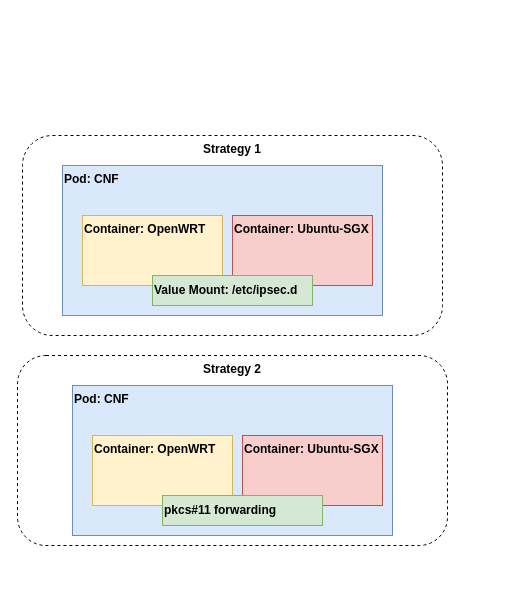
This is openwrt-sgx.drawio from Airren/ByteGopherComment, a draw.io file, before an edit. Source tidied: cells renumbered, new cells numbered last; positions are measured from the earlier drawing's top-left corner, leaving out a move shared by most shapes. Both pictures are drawn from the tidied source at 100%, with x=0, y=0 at pixel (17, 135).
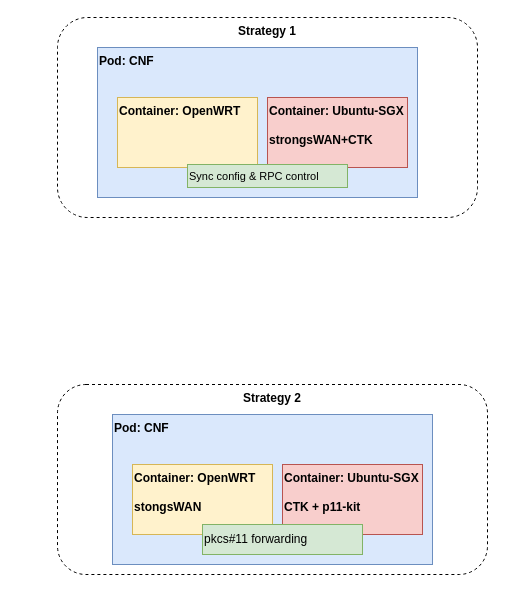
The same diagram, later.

Diff of the diagram source:
```diff
@@
 <mxGraphModel>
   <root>
     <mxCell id="0" />
     <mxCell id="1" parent="0" />
+    <mxCell id="10" value="Strategy 2" style="rounded=1;whiteSpace=wrap;html=1;dashed=1;fillColor=none;verticalAlign=top;align=center;fontStyle=1;" parent="1" vertex="1">
+      <mxGeometry x="40" y="249" width="430" height="190" as="geometry" />
+    </mxCell>
+    <mxCell id="6" value="Strategy 1" style="rounded=1;whiteSpace=wrap;html=1;dashed=1;fillColor=none;verticalAlign=top;align=center;fontStyle=1;" parent="1" vertex="1">
+      <mxGeometry x="40" y="-118" width="420" height="200" as="geometry" />
+    </mxCell>
     <mxCell id="2" value="Pod: CNF" style="rounded=0;whiteSpace=wrap;html=1;fillColor=#dae8fc;strokeColor=#6c8ebf;align=left;verticalAlign=top;fontStyle=1;" parent="1" vertex="1">
-      <mxGeometry x="45" y="30" width="320" height="150" as="geometry" />
+      <mxGeometry x="80" y="-88" width="320" height="150" as="geometry" />
     </mxCell>
     <mxCell id="3" value="Container: OpenWRT" style="rounded=0;whiteSpace=wrap;html=1;fillColor=#fff2cc;strokeColor=#d6b656;align=left;verticalAlign=top;fontStyle=1;" parent="1" vertex="1">
-      <mxGeometry x="65" y="80" width="140" height="70" as="geometry" />
+      <mxGeometry x="100" y="-38" width="140" height="70" as="geometry" />
     </mxCell>
-    <mxCell id="4" value="Container: Ubuntu-SGX" style="rounded=0;whiteSpace=wrap;html=1;fillColor=#f8cecc;strokeColor=#b85450;align=left;verticalAlign=top;fontStyle=1;" parent="1" vertex="1">
-      <mxGeometry x="215" y="80" width="140" height="70" as="geometry" />
+    <mxCell id="4" value="Container: Ubuntu-SGX&lt;br&gt;&lt;br&gt;strongsWAN+CTK" style="rounded=0;whiteSpace=wrap;html=1;fillColor=#f8cecc;strokeColor=#b85450;align=left;verticalAlign=top;fontStyle=1;" parent="1" vertex="1">
+      <mxGeometry x="250" y="-38" width="140" height="70" as="geometry" />
     </mxCell>
-    <mxCell id="5" value="Value Mount: /etc/ipsec.d" style="rounded=0;whiteSpace=wrap;html=1;fillColor=#d5e8d4;strokeColor=#82b366;align=left;verticalAlign=middle;fontStyle=1;" parent="1" vertex="1">
-      <mxGeometry x="135" y="140" width="160" height="30" as="geometry" />
+    <mxCell id="5" value="&lt;span style=&quot;font-weight: normal&quot;&gt;&lt;font style=&quot;font-size: 11px&quot;&gt;Sync config &amp;amp; RPC control&lt;/font&gt;&lt;/span&gt;" style="rounded=0;whiteSpace=wrap;html=1;fillColor=#d5e8d4;strokeColor=#82b366;align=left;verticalAlign=middle;fontStyle=1;" parent="1" vertex="1">
+      <mxGeometry x="170" y="29" width="160" height="23" as="geometry" />
     </mxCell>
-    <mxCell id="6" value="Strategy 1" style="rounded=1;whiteSpace=wrap;html=1;dashed=1;fillColor=none;verticalAlign=top;align=center;fontStyle=1;" parent="1" vertex="1">
-      <mxGeometry x="5" width="420" height="200" as="geometry" />
-    </mxCell>
     <mxCell id="7" value="Pod: CNF" style="rounded=0;whiteSpace=wrap;html=1;fillColor=#dae8fc;strokeColor=#6c8ebf;align=left;verticalAlign=top;fontStyle=1;" parent="1" vertex="1">
-      <mxGeometry x="55" y="250" width="320" height="150" as="geometry" />
+      <mxGeometry x="95" y="279" width="320" height="150" as="geometry" />
     </mxCell>
-    <mxCell id="8" value="Container: OpenWRT" style="rounded=0;whiteSpace=wrap;html=1;fillColor=#fff2cc;strokeColor=#d6b656;align=left;verticalAlign=top;fontStyle=1;" parent="1" vertex="1">
-      <mxGeometry x="75" y="300" width="140" height="70" as="geometry" />
+    <mxCell id="8" value="Container: OpenWRT&lt;br&gt;&lt;br&gt;stongsWAN" style="rounded=0;whiteSpace=wrap;html=1;fillColor=#fff2cc;strokeColor=#d6b656;align=left;verticalAlign=top;fontStyle=1;" parent="1" vertex="1">
+      <mxGeometry x="115" y="329" width="140" height="70" as="geometry" />
     </mxCell>
-    <mxCell id="9" value="Container: Ubuntu-SGX" style="rounded=0;whiteSpace=wrap;html=1;fillColor=#f8cecc;strokeColor=#b85450;align=left;verticalAlign=top;fontStyle=1;" parent="1" vertex="1">
-      <mxGeometry x="225" y="300" width="140" height="70" as="geometry" />
+    <mxCell id="9" value="Container: Ubuntu-SGX&lt;br&gt;&lt;br&gt;CTK + p11-kit" style="rounded=0;whiteSpace=wrap;html=1;fillColor=#f8cecc;strokeColor=#b85450;align=left;verticalAlign=top;fontStyle=1;" parent="1" vertex="1">
+      <mxGeometry x="265" y="329" width="140" height="70" as="geometry" />
     </mxCell>
-    <mxCell id="10" value="Strategy 2" style="rounded=1;whiteSpace=wrap;html=1;dashed=1;fillColor=none;verticalAlign=top;align=center;fontStyle=1;" parent="1" vertex="1">
-      <mxGeometry y="220" width="430" height="190" as="geometry" />
-    </mxCell>
-    <mxCell id="11" value="pkcs#11 forwarding&amp;nbsp;" style="rounded=0;whiteSpace=wrap;html=1;fillColor=#d5e8d4;strokeColor=#82b366;align=left;verticalAlign=middle;fontStyle=1;" parent="1" vertex="1">
-      <mxGeometry x="145" y="360" width="160" height="30" as="geometry" />
+    <mxCell id="11" value="pkcs#11 forwarding&amp;nbsp;" style="rounded=0;whiteSpace=wrap;html=1;fillColor=#d5e8d4;strokeColor=#82b366;align=left;verticalAlign=middle;fontStyle=0;" parent="1" vertex="1">
+      <mxGeometry x="185" y="389" width="160" height="30" as="geometry" />
     </mxCell>
   </root>
 </mxGraphModel>
```
